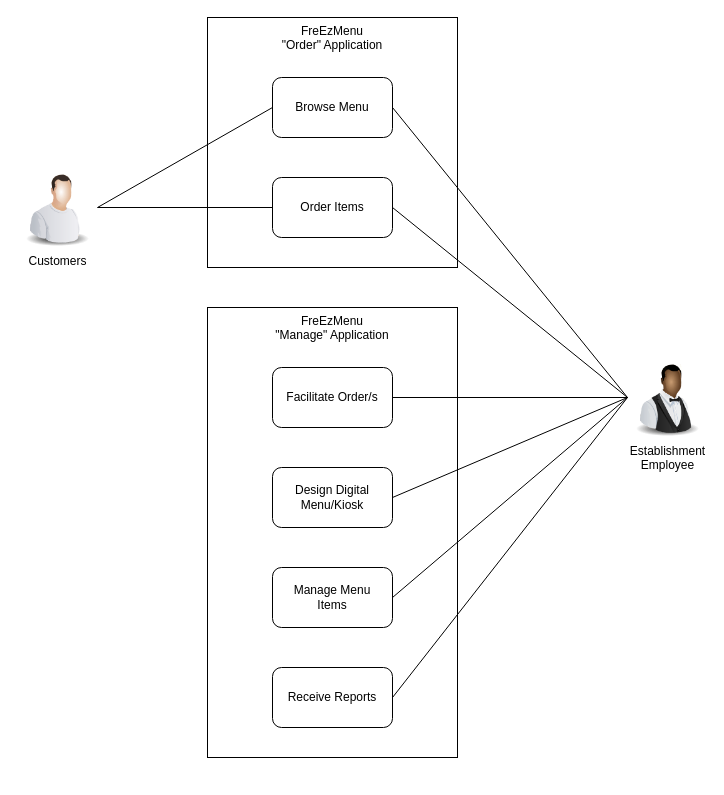
This is DOCS/Diagrams/drawio/Use Case Diagram 2.drawio from alexxGmZ/MenuMaApp, a draw.io file, before an edit. Source tidied: cells renumbered, new cells numbered last; positions are measured from the earlier drawing's top-left corner, leaving out a move shared by most shapes. Both pictures are drawn from the tidied source at 100%, with x=0, y=0 at pixel (17, 17).
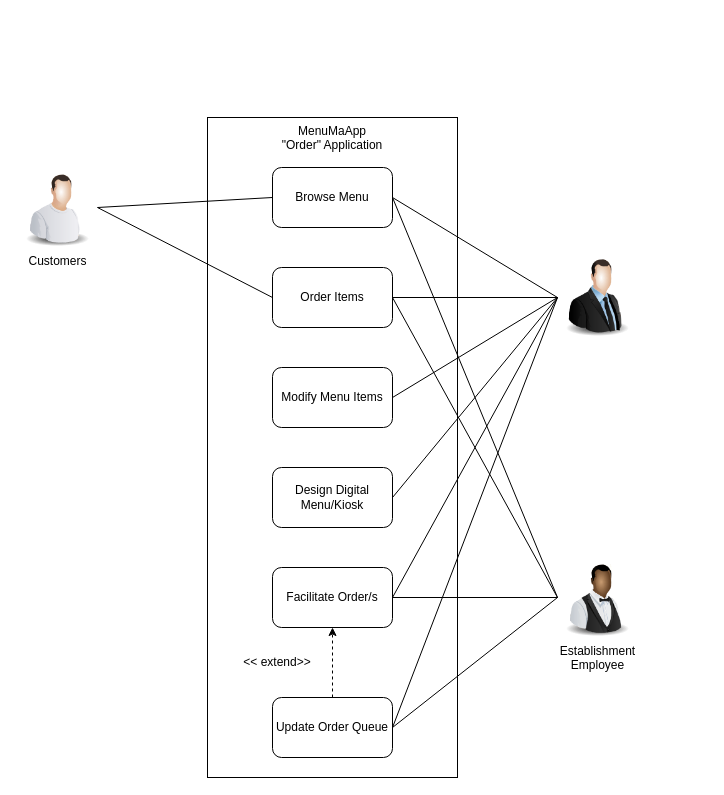
Above is the later version.

Commit message (it also covers changes not shown here):
rename FreEzMenu into MenuMaApp names

Unchanged cells that the change refers to:
```xml
<mxCell id="17" value="Design Digital Menu/Kiosk" style="rounded=1;whiteSpace=wrap;html=1;" parent="1" vertex="1">
  <mxGeometry x="255" y="450" width="120" height="60" as="geometry" />
</mxCell>
```

What changed in the source:
```diff
@@
-    <mxCell id="2" value="FreEzMenu &lt;br&gt;&quot;Manage&quot; Application" style="rounded=0;whiteSpace=wrap;html=1;verticalAlign=top;" parent="1" vertex="1">
-      <mxGeometry x="190" y="290" width="250" height="450" as="geometry" />
-    </mxCell>
@@
-    <mxCell id="4" value="FreEzMenu &lt;br&gt;&quot;Order&quot; Application" style="rounded=0;whiteSpace=wrap;html=1;verticalAlign=top;" parent="1" vertex="1">
-      <mxGeometry x="190" width="250" height="250" as="geometry" />
+    <mxCell id="4" value="MenuMaApp&lt;br&gt;&quot;Order&quot; Application" style="rounded=0;whiteSpace=wrap;html=1;verticalAlign=top;" parent="1" vertex="1">
+      <mxGeometry x="190" y="100" width="250" height="660" as="geometry" />
     </mxCell>
     <mxCell id="5" value="Browse Menu" style="rounded=1;whiteSpace=wrap;html=1;" parent="1" vertex="1">
-      <mxGeometry x="255" y="60" width="120" height="60" as="geometry" />
+      <mxGeometry x="255" y="150" width="120" height="60" as="geometry" />
     </mxCell>
     <mxCell id="6" value="Order Items" style="rounded=1;whiteSpace=wrap;html=1;" parent="1" vertex="1">
-      <mxGeometry x="255" y="160" width="120" height="60" as="geometry" />
+      <mxGeometry x="255" y="250" width="120" height="60" as="geometry" />
     </mxCell>
@@
-    <mxCell id="9" style="edgeStyle=none;html=1;endArrow=none;endFill=0;" parent="1" edge="1" source="15" target="18">
-      <mxGeometry relative="1" as="geometry" />
-    </mxCell>
-    <mxCell id="10" style="edgeStyle=none;html=1;exitX=0;exitY=0.5;exitDx=0;exitDy=0;entryX=1;entryY=0.5;entryDx=0;entryDy=0;endArrow=none;endFill=0;" parent="1" edge="1" source="15" target="17">
-      <mxGeometry relative="1" as="geometry" />
-    </mxCell>
@@
     <mxCell id="15" value="Establishment&lt;br&gt;Employee" style="image;html=1;image=img/lib/clip_art/people/Waiter_Black_128x128.png;" parent="1" vertex="1">
-      <mxGeometry x="610" y="340" width="80" height="80" as="geometry" />
+      <mxGeometry x="540" y="540" width="80" height="80" as="geometry" />
     </mxCell>
-    <mxCell id="16" value="Manage Menu &lt;br&gt;Items" style="rounded=1;whiteSpace=wrap;html=1;" parent="1" vertex="1">
+    <mxCell id="16" value="Facilitate Order/s" style="rounded=1;whiteSpace=wrap;html=1;" parent="1" vertex="1">
       <mxGeometry x="255" y="550" width="120" height="60" as="geometry" />
     </mxCell>
@@
-    <mxCell id="18" value="Facilitate Order/s" style="rounded=1;whiteSpace=wrap;html=1;" parent="1" vertex="1">
+    <mxCell id="18" value="Modify Menu Items" style="rounded=1;whiteSpace=wrap;html=1;" parent="1" vertex="1">
       <mxGeometry x="255" y="350" width="120" height="60" as="geometry" />
     </mxCell>
-    <mxCell id="19" value="Receive Reports" style="rounded=1;whiteSpace=wrap;html=1;" parent="1" vertex="1">
-      <mxGeometry x="255" y="650" width="120" height="60" as="geometry" />
+    <mxCell id="19" value="Update Order Queue" style="rounded=1;whiteSpace=wrap;html=1;" parent="1" vertex="1">
+      <mxGeometry x="255" y="680" width="120" height="60" as="geometry" />
     </mxCell>
+    <mxCell id="20" style="image;html=1;image=img/lib/clip_art/people/Suit_Man_128x128.png;" parent="1" vertex="1">
+      <mxGeometry x="540" y="240" width="80" height="80" as="geometry" />
+    </mxCell>
+    <mxCell id="21" style="endArrow=classic;html=1;exitX=0.5;exitY=0;exitDx=0;exitDy=0;entryX=0.5;entryY=1;entryDx=0;entryDy=0;dashed=1;" parent="1" edge="1" source="19" target="16">
+      <mxGeometry relative="1" as="geometry" />
+    </mxCell>
+    <mxCell id="22" value="&amp;lt;&amp;lt; extend&amp;gt;&amp;gt;" style="text;html=1;strokeColor=none;fillColor=none;align=center;verticalAlign=middle;whiteSpace=wrap;rounded=0;" parent="1" vertex="1">
+      <mxGeometry x="210" y="630" width="100" height="30" as="geometry" />
+    </mxCell>
+    <mxCell id="23" style="endArrow=none;html=1;exitX=1;exitY=0.5;exitDx=0;exitDy=0;entryX=0;entryY=0.5;entryDx=0;entryDy=0;" parent="1" edge="1" source="5" target="20">
+      <mxGeometry relative="1" as="geometry" />
+    </mxCell>
+    <mxCell id="24" style="endArrow=none;html=1;exitX=1;exitY=0.5;exitDx=0;exitDy=0;entryX=0;entryY=0.5;entryDx=0;entryDy=0;" parent="1" edge="1" source="6" target="20">
+      <mxGeometry relative="1" as="geometry" />
+    </mxCell>
+    <mxCell id="25" style="endArrow=none;html=1;exitX=1;exitY=0.5;exitDx=0;exitDy=0;entryX=0;entryY=0.5;entryDx=0;entryDy=0;" parent="1" edge="1" source="18" target="20">
+      <mxGeometry relative="1" as="geometry" />
+    </mxCell>
+    <mxCell id="26" style="endArrow=none;html=1;exitX=1;exitY=0.5;exitDx=0;exitDy=0;entryX=0;entryY=0.5;entryDx=0;entryDy=0;" parent="1" edge="1" source="17" target="20">
+      <mxGeometry relative="1" as="geometry" />
+    </mxCell>
+    <mxCell id="27" style="endArrow=none;html=1;exitX=1;exitY=0.5;exitDx=0;exitDy=0;entryX=0;entryY=0.5;entryDx=0;entryDy=0;" parent="1" edge="1" source="16" target="20">
+      <mxGeometry relative="1" as="geometry" />
+    </mxCell>
+    <mxCell id="28" style="endArrow=none;html=1;exitX=1;exitY=0.5;exitDx=0;exitDy=0;entryX=0;entryY=0.5;entryDx=0;entryDy=0;" parent="1" edge="1" source="19" target="20">
+      <mxGeometry relative="1" as="geometry" />
+    </mxCell>
```
